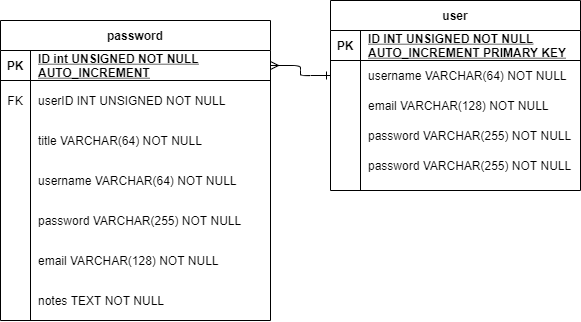
Before: Bilder/Untitled Diagram.png, a diagram exported from draw.io (Gunxe/Lockify). Source tidied: cells renumbered, new cells last; positions are measured from the earlier drawing's top-left corner, leaving out a move shared by most shapes.
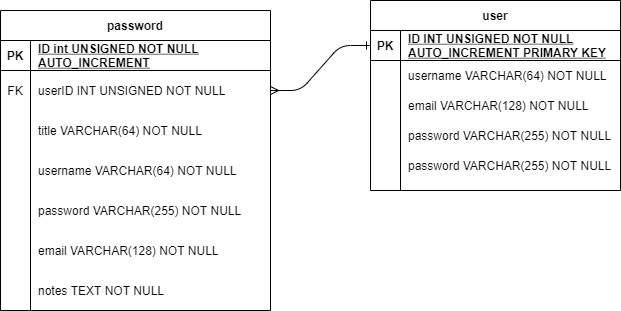
After the commit.

What changed in the source:
```diff
@@ -2,11 +2,11 @@
   <root>
     <mxCell id="0" />
     <mxCell id="1" parent="0" />
-    <mxCell id="2" style="edgeStyle=entityRelationEdgeStyle;endArrow=ERone;startArrow=ERmany;endFill=0;startFill=0;" parent="1" edge="1" source="20" target="7">
+    <mxCell id="2" style="edgeStyle=entityRelationEdgeStyle;endArrow=ERone;startArrow=ERmany;endFill=0;startFill=0;entryX=0;entryY=0.5;entryDx=0;entryDy=0;exitX=1;exitY=0.5;exitDx=0;exitDy=0;" parent="1" edge="1" source="23" target="4">
       <mxGeometry relative="1" as="geometry" />
     </mxCell>
     <mxCell id="3" value="user" style="shape=table;startSize=30;rowLines=0;fontStyle=1;align=center;" parent="1" vertex="1">
-      <mxGeometry x="330" width="250" height="190" as="geometry" />
+      <mxGeometry x="370" y="10" width="250" height="190" as="geometry" />
     </mxCell>
     <mxCell id="4" style="shape=partialRectangle;fillColor=none;points=[[0,0.5],[1,0.5]];portConstraint=eastwest;top=0;left=0;right=0;bottom=1;" parent="3" vertex="1">
       <mxGeometry y="30" width="250" height="30" as="geometry" />
```
